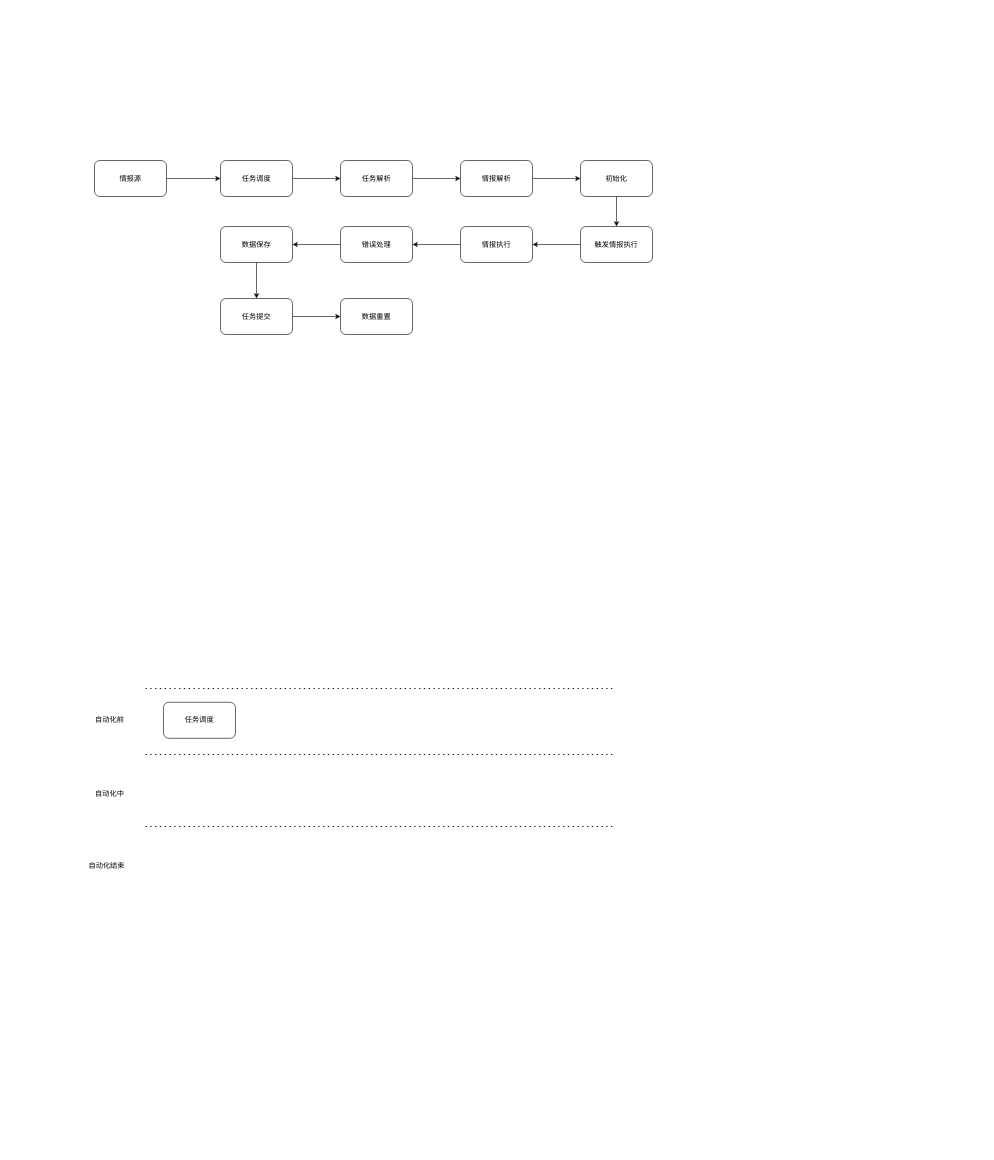
chaijinsong/draw.io keeps this draw.io diagram as kunyu-auto-server/自动化服务业务流程图.drawio. Above is the earlier version. Source tidied: cells renumbered, new cells numbered last; positions are measured from the earlier drawing's top-left corner, leaving out a move shared by most shapes. Both pictures are drawn from the tidied source at 60%, with x=0, y=0 at pixel (82, 160).
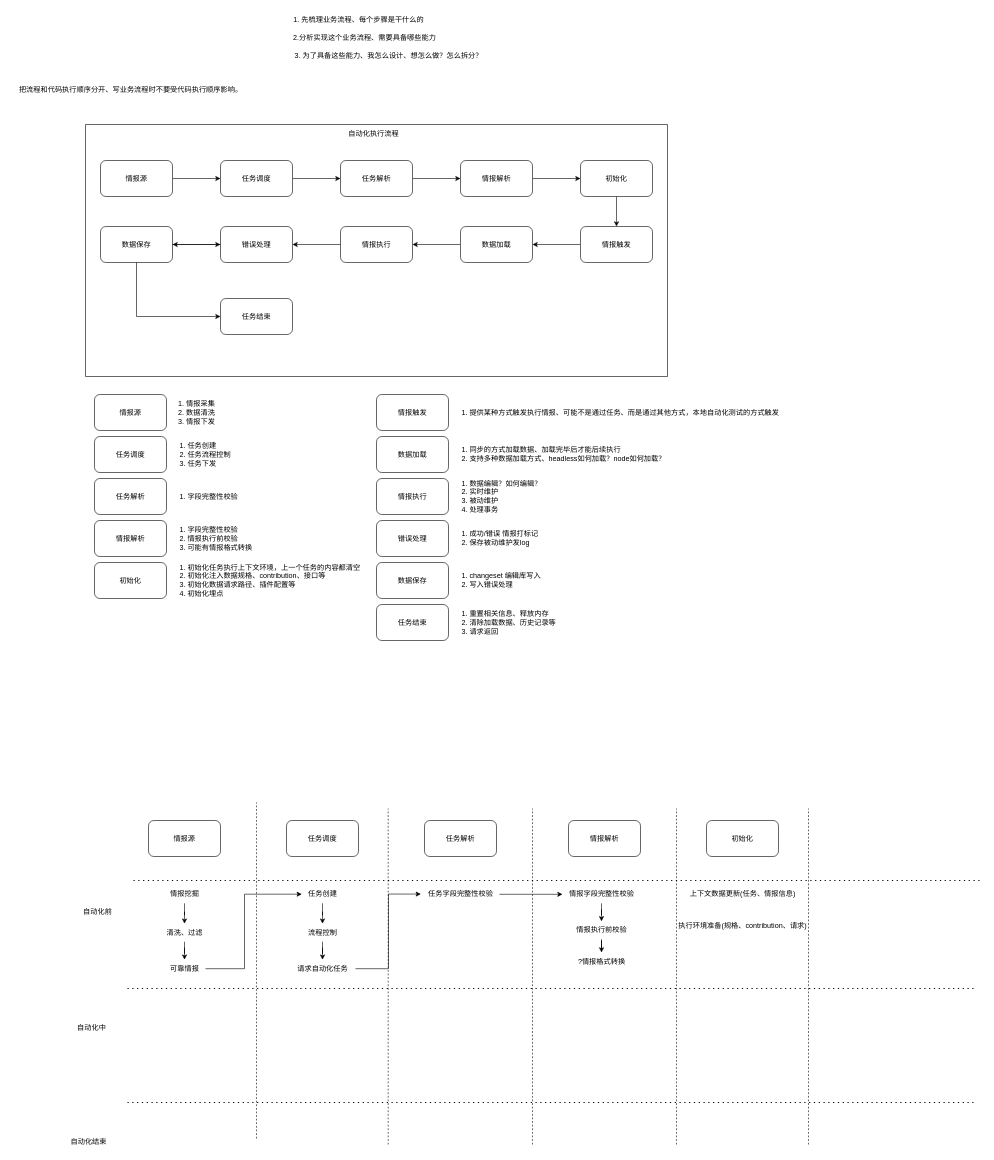
After the change.

Commit message (it also covers changes not shown here):
更新自动化服务业务流程图.drawio

What changed in the source:
```diff
@@
+    <mxCell id="30" style="swimlane;startSize=0;" parent="1" vertex="1">
+      <mxGeometry x="5" y="-60" width="970" height="420" as="geometry" />
+    </mxCell>
+    <mxCell id="31" value="自动化执行流程" style="text;html=1;align=center;verticalAlign=middle;strokeColor=none;fillColor=none;" parent="30" vertex="1">
+      <mxGeometry x="425" width="110" height="30" as="geometry" />
+    </mxCell>
+    <mxCell id="26" value="数据保存" style="rounded=1;whiteSpace=wrap;html=1;" parent="30" vertex="1">
+      <mxGeometry x="25" y="170" width="120" height="60" as="geometry" />
+    </mxCell>
+    <mxCell id="22" value="情报执行" style="rounded=1;whiteSpace=wrap;html=1;" parent="30" vertex="1">
+      <mxGeometry x="425" y="170" width="120" height="60" as="geometry" />
+    </mxCell>
+    <mxCell id="24" value="错误处理" style="rounded=1;whiteSpace=wrap;html=1;" parent="30" vertex="1">
+      <mxGeometry x="225" y="170" width="120" height="60" as="geometry" />
+    </mxCell>
+    <mxCell id="21" style="edgeStyle=orthogonalEdgeStyle;rounded=0;jettySize=auto;html=1;" parent="30" edge="1" source="22" target="24">
+      <mxGeometry relative="1" as="geometry" />
+    </mxCell>
+    <mxCell id="23" style="edgeStyle=orthogonalEdgeStyle;rounded=0;jettySize=auto;html=1;" parent="30" edge="1" source="24" target="26">
+      <mxGeometry relative="1" as="geometry" />
+    </mxCell>
+    <mxCell id="32" style="edgeStyle=orthogonalEdgeStyle;rounded=0;jettySize=auto;html=1;" parent="30" edge="1" source="26" target="24">
+      <mxGeometry relative="1" as="geometry" />
+    </mxCell>
+    <mxCell id="33" style="edgeStyle=orthogonalEdgeStyle;rounded=0;jettySize=auto;html=1;" parent="30" edge="1" source="34" target="22">
+      <mxGeometry relative="1" as="geometry" />
+    </mxCell>
+    <mxCell id="34" value="数据加载" style="rounded=1;whiteSpace=wrap;html=1;" parent="30" vertex="1">
+      <mxGeometry x="625" y="170" width="120" height="60" as="geometry" />
+    </mxCell>
     <mxCell id="2" style="endArrow=none;dashed=1;html=1;dashPattern=1 3;strokeWidth=2;rounded=0;" parent="1" edge="1">
       <mxGeometry relative="1" as="geometry">
-        <mxPoint x="105" y="880" as="sourcePoint" />
-        <mxPoint x="885" y="880" as="targetPoint" />
+        <mxPoint x="85" y="1200" as="sourcePoint" />
+        <mxPoint x="1500" y="1200" as="targetPoint" />
       </mxGeometry>
     </mxCell>
     <mxCell id="3" style="endArrow=none;dashed=1;html=1;dashPattern=1 3;strokeWidth=2;rounded=0;" parent="1" edge="1">
       <mxGeometry relative="1" as="geometry">
-        <mxPoint x="105" y="990" as="sourcePoint" />
-        <mxPoint x="885" y="990" as="targetPoint" />
+        <mxPoint x="75" y="1380" as="sourcePoint" />
+        <mxPoint x="1490" y="1380" as="targetPoint" />
       </mxGeometry>
     </mxCell>
     <mxCell id="4" style="endArrow=none;dashed=1;html=1;dashPattern=1 3;strokeWidth=2;rounded=0;" parent="1" edge="1">
       <mxGeometry relative="1" as="geometry">
-        <mxPoint x="105" y="1110" as="sourcePoint" />
-        <mxPoint x="885" y="1110" as="targetPoint" />
+        <mxPoint x="75" y="1570" as="sourcePoint" />
+        <mxPoint x="1490" y="1570" as="targetPoint" />
       </mxGeometry>
     </mxCell>
     <mxCell id="5" value="自动化前" style="text;html=1;align=center;verticalAlign=middle;strokeColor=none;fillColor=none;" parent="1" vertex="1">
-      <mxGeometry x="10" y="918" width="70" height="30" as="geometry" />
+      <mxGeometry x="-10" y="1238" width="70" height="30" as="geometry" />
     </mxCell>
     <mxCell id="6" value="自动化中" style="text;html=1;align=center;verticalAlign=middle;strokeColor=none;fillColor=none;" parent="1" vertex="1">
-      <mxGeometry x="10" y="1040" width="70" height="30" as="geometry" />
+      <mxGeometry x="-20" y="1430" width="70" height="30" as="geometry" />
     </mxCell>
     <mxCell id="7" value="自动化结束" style="text;html=1;align=center;verticalAlign=middle;strokeColor=none;fillColor=none;" parent="1" vertex="1">
-      <mxGeometry y="1160" width="80" height="30" as="geometry" />
+      <mxGeometry x="-30" y="1620" width="80" height="30" as="geometry" />
     </mxCell>
     <mxCell id="8" value="任务调度" style="rounded=1;whiteSpace=wrap;html=1;" parent="1" vertex="1">
-      <mxGeometry x="135" y="903" width="120" height="60" as="geometry" />
+      <mxGeometry x="340" y="1100" width="120" height="60" as="geometry" />
     </mxCell>
@@
-    <mxCell id="12" value="任务解析" style="rounded=1;whiteSpace=wrap;html=1;" parent="1" vertex="1">
+    <mxCell id="12" value="任务解析" style="rounded=1;whiteSpace=wrap;html=1;noLabel=0;" parent="1" vertex="1">
       <mxGeometry x="430" width="120" height="60" as="geometry" />
     </mxCell>
@@
     <mxCell id="14" value="情报源" style="rounded=1;whiteSpace=wrap;html=1;" parent="1" vertex="1">
-      <mxGeometry x="20" width="120" height="60" as="geometry" />
+      <mxGeometry x="30" width="120" height="60" as="geometry" />
     </mxCell>
@@
-    <mxCell id="19" style="edgeStyle=orthogonalEdgeStyle;rounded=0;jettySize=auto;html=1;" parent="1" edge="1" source="20" target="22">
-      <mxGeometry relative="1" as="geometry" />
-    </mxCell>
+    <mxCell id="35" style="edgeStyle=orthogonalEdgeStyle;rounded=0;jettySize=auto;html=1;entryX=1;entryY=0.5;entryDx=0;entryDy=0;" parent="1" edge="1" source="20" target="34">
+      <mxGeometry relative="1" as="geometry" />
+    </mxCell>
-    <mxCell id="20" value="触发情报执行" style="rounded=1;whiteSpace=wrap;html=1;" parent="1" vertex="1">
+    <mxCell id="20" value="情报触发" style="rounded=1;whiteSpace=wrap;html=1;" parent="1" vertex="1">
       <mxGeometry x="830" y="110" width="120" height="60" as="geometry" />
     </mxCell>
-    <mxCell id="21" style="edgeStyle=orthogonalEdgeStyle;rounded=0;jettySize=auto;html=1;" parent="1" edge="1" source="22" target="24">
-      <mxGeometry relative="1" as="geometry" />
-    </mxCell>
-    <mxCell id="22" value="情报执行" style="rounded=1;whiteSpace=wrap;html=1;" parent="1" vertex="1">
-      <mxGeometry x="630" y="110" width="120" height="60" as="geometry" />
-    </mxCell>
-    <mxCell id="23" style="edgeStyle=orthogonalEdgeStyle;rounded=0;jettySize=auto;html=1;" parent="1" edge="1" source="24" target="26">
-      <mxGeometry relative="1" as="geometry" />
-    </mxCell>
-    <mxCell id="24" value="错误处理" style="rounded=1;whiteSpace=wrap;html=1;" parent="1" vertex="1">
-      <mxGeometry x="430" y="110" width="120" height="60" as="geometry" />
-    </mxCell>
+    <mxCell id="28" value="任务结束" style="rounded=1;whiteSpace=wrap;html=1;" parent="1" vertex="1">
+      <mxGeometry x="230" y="230" width="120" height="60" as="geometry" />
+    </mxCell>
+    <mxCell id="36" value="1. 先梳理业务流程、每个步骤是干什么的" style="text;html=1;align=center;verticalAlign=middle;strokeColor=none;fillColor=none;" parent="1" vertex="1">
+      <mxGeometry x="340" y="-250" width="240" height="30" as="geometry" />
+    </mxCell>
+    <mxCell id="37" value="2.分析实现这个业务流程、需要具备哪些能力" style="text;html=1;align=center;verticalAlign=middle;strokeColor=none;fillColor=none;" parent="1" vertex="1">
+      <mxGeometry x="340" y="-220" width="260" height="30" as="geometry" />
+    </mxCell>
+    <mxCell id="38" value="3. 为了具备这些能力、我怎么设计、想怎么做？怎么拆分？" style="text;html=1;align=center;verticalAlign=middle;strokeColor=none;fillColor=none;" parent="1" vertex="1">
+      <mxGeometry x="340" y="-190" width="340" height="30" as="geometry" />
+    </mxCell>
+    <mxCell id="39" value="把流程和代码执行顺序分开、写业务流程时不要受代码执行顺序影响。" style="text;html=1;align=center;verticalAlign=middle;strokeColor=none;fillColor=none;" parent="1" vertex="1">
+      <mxGeometry x="-120" y="-132" width="400" height="30" as="geometry" />
+    </mxCell>
-    <mxCell id="25" style="edgeStyle=orthogonalEdgeStyle;rounded=0;jettySize=auto;html=1;" parent="1" edge="1" source="26" target="28">
-      <mxGeometry relative="1" as="geometry" />
+    <mxCell id="25" style="edgeStyle=orthogonalEdgeStyle;rounded=0;jettySize=auto;html=1;entryX=0;entryY=0.5;entryDx=0;entryDy=0;exitX=0.5;exitY=1;exitDx=0;exitDy=0;" parent="1" edge="1" source="26" target="28">
+      <mxGeometry relative="1" as="geometry">
+        <Array as="points">
+          <mxPoint x="90" y="260" />
+        </Array>
+      </mxGeometry>
     </mxCell>
-    <mxCell id="26" value="数据保存" style="rounded=1;whiteSpace=wrap;html=1;" parent="1" vertex="1">
-      <mxGeometry x="230" y="110" width="120" height="60" as="geometry" />
-    </mxCell>
-    <mxCell id="27" style="edgeStyle=orthogonalEdgeStyle;rounded=0;jettySize=auto;html=1;" parent="1" edge="1" source="28" target="29">
-      <mxGeometry relative="1" as="geometry" />
-    </mxCell>
-    <mxCell id="28" value="任务提交" style="rounded=1;whiteSpace=wrap;html=1;" parent="1" vertex="1">
-      <mxGeometry x="230" y="230" width="120" height="60" as="geometry" />
-    </mxCell>
-    <mxCell id="29" value="数据重置" style="rounded=1;whiteSpace=wrap;html=1;" parent="1" vertex="1">
-      <mxGeometry x="430" y="230" width="120" height="60" as="geometry" />
-    </mxCell>
+    <mxCell id="40" value="情报源" style="rounded=1;whiteSpace=wrap;html=1;" parent="1" vertex="1">
+      <mxGeometry x="20" y="390" width="120" height="60" as="geometry" />
+    </mxCell>
+    <mxCell id="41" value="1. 情报采集&lt;br&gt;&lt;div style=&quot;text-align: left;&quot;&gt;&lt;span style=&quot;background-color: initial;&quot;&gt;2. 数据清洗&lt;/span&gt;&lt;/div&gt;&lt;div style=&quot;text-align: left;&quot;&gt;&lt;span style=&quot;background-color: initial;&quot;&gt;3. 情报下发&lt;/span&gt;&lt;/div&gt;" style="text;html=1;align=center;verticalAlign=middle;strokeColor=none;fillColor=none;" parent="1" vertex="1">
+      <mxGeometry x="150" y="390" width="80" height="60" as="geometry" />
+    </mxCell>
+    <mxCell id="42" value="任务调度" style="rounded=1;whiteSpace=wrap;html=1;" parent="1" vertex="1">
+      <mxGeometry x="20" y="460" width="120" height="60" as="geometry" />
+    </mxCell>
+    <mxCell id="43" value="1. 任务创建&lt;br&gt;2. 任务流程控制&lt;br&gt;3. 任务下发&amp;nbsp;" style="text;html=1;align=left;verticalAlign=middle;strokeColor=none;fillColor=none;" parent="1" vertex="1">
+      <mxGeometry x="160" y="460" width="110" height="60" as="geometry" />
+    </mxCell>
+    <mxCell id="44" value="任务解析" style="rounded=1;whiteSpace=wrap;html=1;" parent="1" vertex="1">
+      <mxGeometry x="20" y="530" width="120" height="60" as="geometry" />
+    </mxCell>
+    <mxCell id="45" value="1. 字段完整性校验" style="text;html=1;align=left;verticalAlign=middle;strokeColor=none;fillColor=none;" parent="1" vertex="1">
+      <mxGeometry x="160" y="545" width="120" height="30" as="geometry" />
+    </mxCell>
+    <mxCell id="46" value="情报解析" style="rounded=1;whiteSpace=wrap;html=1;" parent="1" vertex="1">
+      <mxGeometry x="20" y="600" width="120" height="60" as="geometry" />
+    </mxCell>
+    <mxCell id="47" value="1. 字段完整性校验&lt;br&gt;2. 情报执行前校验&lt;br&gt;3. 可能有情报格式转换" style="text;html=1;align=left;verticalAlign=middle;strokeColor=none;fillColor=none;" parent="1" vertex="1">
+      <mxGeometry x="160" y="600" width="140" height="60" as="geometry" />
+    </mxCell>
+    <mxCell id="48" value="初始化" style="rounded=1;whiteSpace=wrap;html=1;" parent="1" vertex="1">
+      <mxGeometry x="20" y="670" width="120" height="60" as="geometry" />
+    </mxCell>
+    <mxCell id="49" value="1. 初始化任务执行上下文环境，上一个任务的内容都清空&lt;br&gt;2. 初始化注入数据规格、contribution、接口等&lt;br style=&quot;border-color: var(--border-color);&quot;&gt;3. 初始化数据请求路径、插件配置等&lt;br style=&quot;border-color: var(--border-color);&quot;&gt;4. 初始化埋点" style="text;html=1;align=left;verticalAlign=middle;strokeColor=none;fillColor=none;" parent="1" vertex="1">
+      <mxGeometry x="160" y="665" width="320" height="70" as="geometry" />
+    </mxCell>
+    <mxCell id="50" value="情报触发" style="rounded=1;whiteSpace=wrap;html=1;" parent="1" vertex="1">
+      <mxGeometry x="490" y="390" width="120" height="60" as="geometry" />
+    </mxCell>
+    <mxCell id="51" value="1. 提供某种方式触发执行情报、可能不是通过任务、而是通过其他方式，本地自动化测试的方式触发" style="text;html=1;align=left;verticalAlign=middle;strokeColor=none;fillColor=none;" parent="1" vertex="1">
+      <mxGeometry x="630" y="405" width="550" height="30" as="geometry" />
+    </mxCell>
+    <mxCell id="52" value="数据加载" style="rounded=1;whiteSpace=wrap;html=1;" parent="1" vertex="1">
+      <mxGeometry x="490" y="460" width="120" height="60" as="geometry" />
+    </mxCell>
+    <mxCell id="53" value="1. 同步的方式加载数据、加载完毕后才能后续执行&lt;br&gt;2. 支持多种数据加载方式、headless如何加载？node如何加载？" style="text;html=1;align=left;verticalAlign=middle;strokeColor=none;fillColor=none;" parent="1" vertex="1">
+      <mxGeometry x="630" y="470" width="360" height="40" as="geometry" />
+    </mxCell>
+    <mxCell id="54" value="情报执行" style="rounded=1;whiteSpace=wrap;html=1;" parent="1" vertex="1">
+      <mxGeometry x="490" y="530" width="120" height="60" as="geometry" />
+    </mxCell>
+    <mxCell id="55" value="1. 数据编辑？如何编辑？&lt;br&gt;2. 实时维护&lt;br&gt;3. 被动维护&lt;br&gt;4. 处理事务" style="text;html=1;align=left;verticalAlign=middle;strokeColor=none;fillColor=none;" parent="1" vertex="1">
+      <mxGeometry x="630" y="525" width="160" height="70" as="geometry" />
+    </mxCell>
+    <mxCell id="56" value="错误处理" style="rounded=1;whiteSpace=wrap;html=1;" parent="1" vertex="1">
+      <mxGeometry x="490" y="600" width="120" height="60" as="geometry" />
+    </mxCell>
+    <mxCell id="57" value="1. 成功/错误 情报打标记&lt;br&gt;2. 保存被动维护发log" style="text;html=1;align=left;verticalAlign=middle;strokeColor=none;fillColor=none;" parent="1" vertex="1">
+      <mxGeometry x="630" y="610" width="150" height="40" as="geometry" />
+    </mxCell>
+    <mxCell id="58" value="数据保存" style="rounded=1;whiteSpace=wrap;html=1;" parent="1" vertex="1">
+      <mxGeometry x="490" y="670" width="120" height="60" as="geometry" />
+    </mxCell>
+    <mxCell id="59" value="1. changeset 编辑库写入&lt;br&gt;2. 写入错误处理" style="text;html=1;align=left;verticalAlign=middle;strokeColor=none;fillColor=none;" parent="1" vertex="1">
+      <mxGeometry x="630" y="680" width="160" height="40" as="geometry" />
+    </mxCell>
+    <mxCell id="60" value="任务结束" style="rounded=1;whiteSpace=wrap;html=1;" parent="1" vertex="1">
+      <mxGeometry x="490" y="740" width="120" height="60" as="geometry" />
+    </mxCell>
+    <mxCell id="61" value="1. 重置相关信息、释放内存&lt;br&gt;2. 清除加载数据、历史记录等&lt;br&gt;3. 请求返回" style="text;html=1;align=left;verticalAlign=middle;strokeColor=none;fillColor=none;" parent="1" vertex="1">
+      <mxGeometry x="630" y="740" width="180" height="60" as="geometry" />
+    </mxCell>
+    <mxCell id="62" value="情报源" style="rounded=1;whiteSpace=wrap;html=1;" parent="1" vertex="1">
+      <mxGeometry x="110" y="1100" width="120" height="60" as="geometry" />
+    </mxCell>
+    <mxCell id="63" value="任务解析" style="rounded=1;whiteSpace=wrap;html=1;" parent="1" vertex="1">
+      <mxGeometry x="570" y="1100" width="120" height="60" as="geometry" />
+    </mxCell>
+    <mxCell id="64" style="endArrow=none;dashed=1;html=1;rounded=0;" parent="1" edge="1">
+      <mxGeometry relative="1" as="geometry">
+        <mxPoint x="290" y="1630" as="sourcePoint" />
+        <mxPoint x="290" y="1070" as="targetPoint" />
+      </mxGeometry>
+    </mxCell>
+    <mxCell id="65" style="endArrow=none;dashed=1;html=1;rounded=0;" parent="1" edge="1">
+      <mxGeometry relative="1" as="geometry">
+        <mxPoint x="509.5" y="1640" as="sourcePoint" />
+        <mxPoint x="509.5" y="1080" as="targetPoint" />
+      </mxGeometry>
+    </mxCell>
+    <mxCell id="66" style="endArrow=none;dashed=1;html=1;rounded=0;" parent="1" edge="1">
+      <mxGeometry relative="1" as="geometry">
+        <mxPoint x="750" y="1640" as="sourcePoint" />
+        <mxPoint x="750" y="1080" as="targetPoint" />
+      </mxGeometry>
+    </mxCell>
+    <mxCell id="67" style="edgeStyle=orthogonalEdgeStyle;rounded=0;jettySize=auto;html=1;" parent="1" edge="1" source="68" target="70">
+      <mxGeometry relative="1" as="geometry" />
+    </mxCell>
+    <mxCell id="68" value="情报挖掘" style="text;html=1;align=center;verticalAlign=middle;points=[];strokeColor=none;fillColor=none;" parent="1" vertex="1">
+      <mxGeometry x="135" y="1208" width="70" height="30" as="geometry" />
+    </mxCell>
+    <mxCell id="69" style="edgeStyle=orthogonalEdgeStyle;rounded=0;jettySize=auto;html=1;" parent="1" edge="1" source="70" target="72">
+      <mxGeometry relative="1" as="geometry" />
+    </mxCell>
+    <mxCell id="70" value="清洗、过滤" style="text;html=1;align=center;verticalAlign=middle;points=[];strokeColor=none;fillColor=none;" parent="1" vertex="1">
+      <mxGeometry x="130" y="1272" width="80" height="30" as="geometry" />
+    </mxCell>
+    <mxCell id="71" style="edgeStyle=orthogonalEdgeStyle;rounded=0;jettySize=auto;html=1;entryX=0.008;entryY=0.494;entryDx=0;entryDy=0;entryPerimeter=0;" parent="1" edge="1" source="72" target="74">
+      <mxGeometry relative="1" as="geometry">
+        <Array as="points">
+          <mxPoint x="270" y="1347" />
+          <mxPoint x="270" y="1223" />
+        </Array>
+      </mxGeometry>
+    </mxCell>
+    <mxCell id="72" value="可靠情报" style="text;html=1;align=center;verticalAlign=middle;points=[];strokeColor=none;fillColor=none;" parent="1" vertex="1">
+      <mxGeometry x="135" y="1332" width="70" height="30" as="geometry" />
+    </mxCell>
+    <mxCell id="73" style="edgeStyle=orthogonalEdgeStyle;rounded=0;jettySize=auto;html=1;" parent="1" edge="1" source="74" target="76">
+      <mxGeometry relative="1" as="geometry" />
+    </mxCell>
+    <mxCell id="74" value="任务创建" style="text;html=1;align=center;verticalAlign=middle;points=[];strokeColor=none;fillColor=none;" parent="1" vertex="1">
+      <mxGeometry x="365" y="1208" width="70" height="30" as="geometry" />
+    </mxCell>
+    <mxCell id="75" style="edgeStyle=orthogonalEdgeStyle;rounded=0;jettySize=auto;html=1;" parent="1" edge="1" source="76" target="77">
+      <mxGeometry relative="1" as="geometry" />
+    </mxCell>
+    <mxCell id="76" value="流程控制" style="text;html=1;align=center;verticalAlign=middle;points=[];strokeColor=none;fillColor=none;" parent="1" vertex="1">
+      <mxGeometry x="365" y="1272" width="70" height="30" as="geometry" />
+    </mxCell>
+    <mxCell id="77" value="请求自动化任务" style="text;html=1;align=center;verticalAlign=middle;points=[];strokeColor=none;fillColor=none;" parent="1" vertex="1">
+      <mxGeometry x="345" y="1332" width="110" height="30" as="geometry" />
+    </mxCell>
+    <mxCell id="78" style="edgeStyle=orthogonalEdgeStyle;rounded=0;jettySize=auto;html=1;" parent="1" edge="1" source="79" target="83">
+      <mxGeometry relative="1" as="geometry" />
+    </mxCell>
+    <mxCell id="79" value="任务字段完整性校验" style="text;html=1;align=center;verticalAlign=middle;points=[];strokeColor=none;fillColor=none;" parent="1" vertex="1">
+      <mxGeometry x="565" y="1208" width="130" height="30" as="geometry" />
+    </mxCell>
+    <mxCell id="80" value="情报解析" style="rounded=1;whiteSpace=wrap;html=1;" parent="1" vertex="1">
+      <mxGeometry x="810" y="1100" width="120" height="60" as="geometry" />
+    </mxCell>
+    <mxCell id="81" style="endArrow=none;dashed=1;html=1;rounded=0;" parent="1" edge="1">
+      <mxGeometry relative="1" as="geometry">
+        <mxPoint x="990" y="1640" as="sourcePoint" />
+        <mxPoint x="990" y="1080" as="targetPoint" />
+      </mxGeometry>
+    </mxCell>
+    <mxCell id="82" style="edgeStyle=orthogonalEdgeStyle;rounded=0;jettySize=auto;html=1;" parent="1" edge="1" source="83" target="86">
+      <mxGeometry relative="1" as="geometry" />
+    </mxCell>
+    <mxCell id="83" value="情报字段完整性校验" style="text;html=1;align=center;verticalAlign=middle;points=[];strokeColor=none;fillColor=none;" parent="1" vertex="1">
+      <mxGeometry x="800" y="1208" width="130" height="30" as="geometry" />
+    </mxCell>
+    <mxCell id="84" style="edgeStyle=orthogonalEdgeStyle;rounded=0;jettySize=auto;html=1;entryX=-0.008;entryY=0.487;entryDx=0;entryDy=0;entryPerimeter=0;" parent="1" edge="1" source="77" target="79">
+      <mxGeometry relative="1" as="geometry" />
+    </mxCell>
+    <mxCell id="85" style="edgeStyle=orthogonalEdgeStyle;rounded=0;jettySize=auto;html=1;" parent="1" edge="1" source="86" target="87">
+      <mxGeometry relative="1" as="geometry" />
+    </mxCell>
+    <mxCell id="86" value="情报执行前校验" style="text;html=1;align=center;verticalAlign=middle;points=[];strokeColor=none;fillColor=none;" parent="1" vertex="1">
+      <mxGeometry x="810" y="1268" width="110" height="30" as="geometry" />
+    </mxCell>
+    <mxCell id="87" value="?情报格式转换" style="text;html=1;align=center;verticalAlign=middle;points=[];strokeColor=none;fillColor=none;" parent="1" vertex="1">
+      <mxGeometry x="815" y="1320" width="100" height="30" as="geometry" />
+    </mxCell>
+    <mxCell id="88" value="初始化" style="rounded=1;whiteSpace=wrap;html=1;" parent="1" vertex="1">
+      <mxGeometry x="1040" y="1100" width="120" height="60" as="geometry" />
+    </mxCell>
+    <mxCell id="89" style="endArrow=none;dashed=1;html=1;rounded=0;" parent="1" edge="1">
+      <mxGeometry relative="1" as="geometry">
+        <mxPoint x="1210" y="1640" as="sourcePoint" />
+        <mxPoint x="1210" y="1080" as="targetPoint" />
+      </mxGeometry>
+    </mxCell>
+    <mxCell id="90" value="上下文数据更新(任务、情报信息)" style="text;html=1;align=center;verticalAlign=middle;strokeColor=none;fillColor=none;" parent="1" vertex="1">
+      <mxGeometry x="1000" y="1208" width="200" height="30" as="geometry" />
+    </mxCell>
+    <mxCell id="91" value="执行环境准备(规格、contribution、请求)" style="text;html=1;align=center;verticalAlign=middle;strokeColor=none;fillColor=none;" parent="1" vertex="1">
+      <mxGeometry x="980" y="1260" width="240" height="30" as="geometry" />
+    </mxCell>
```
